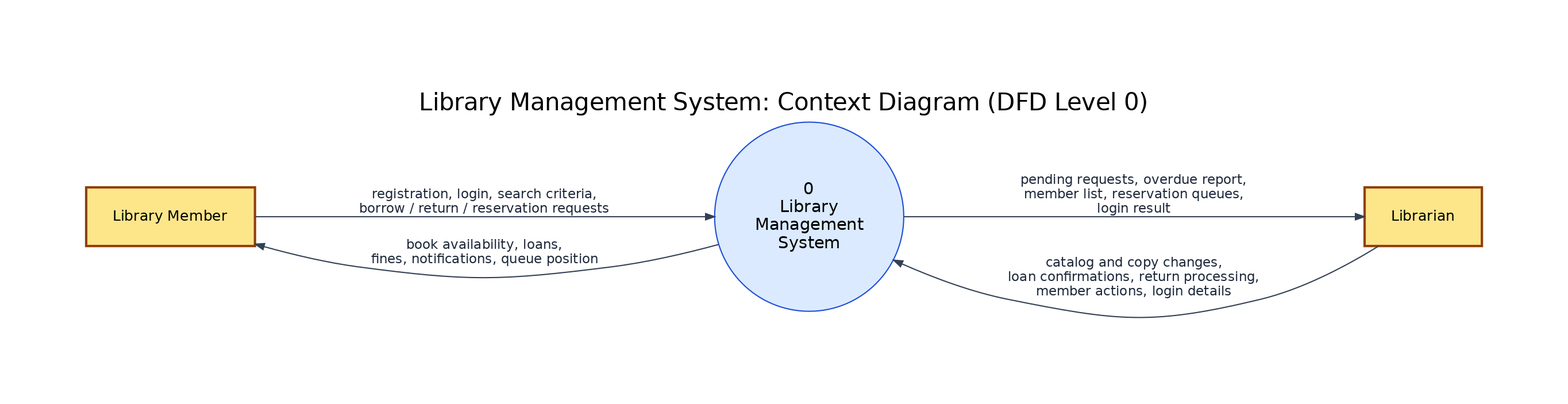
Before: diagrams/dfd0.png, a diagram exported from Graphviz (Hassan3443/library-management-system). Its source is kept beside it as diagrams/dfd0.dot.
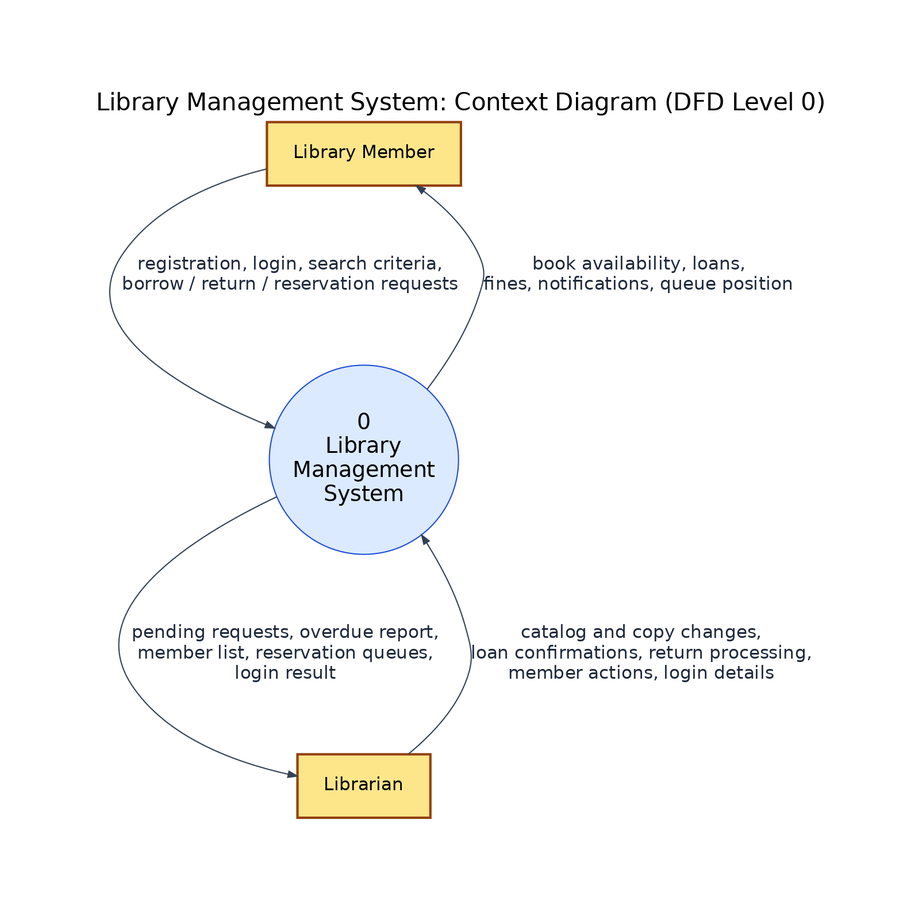
The same diagram one commit later.

Commit message:
Diagrams: re-layout DFD L0/L1 for readability and padding, tidy use case label

What changed in the source:
```diff
@@ -1,10 +1,10 @@
 digraph DFD0 {
-  graph [rankdir=LR, nodesep=1, ranksep=2.4, fontname="Helvetica", labelloc=t, fontsize=20, label="Library Management System: Context Diagram (DFD Level 0)\n", dpi=150, pad=0.7, margin=0.3, bgcolor=white];
-  node [fontname="Helvetica", fontsize=12];
-  edge [fontname="Helvetica", fontsize=11, color="#334155", fontcolor="#1e293b", arrowsize=0.75];
+  graph [rankdir=TB, nodesep=1.2, ranksep=1.6, fontname="Helvetica", labelloc=t, fontsize=20, label="Library Management System: Context Diagram (DFD Level 0)\n", dpi=150, pad=0.7, margin=0.3, bgcolor=white];
+  node [fontname="Helvetica", fontsize=15];
+  edge [fontname="Helvetica", fontsize=15, color="#334155", fontcolor="#1e293b", arrowsize=0.75];
   M [label="Library Member", shape=box, style="filled,bold", fillcolor="#fde68a", color="#92400e", margin="0.3,0.25"];
   L [label="Librarian", shape=box, style="filled,bold", fillcolor="#fde68a", color="#92400e", margin="0.3,0.25"];
-  S [label="0\nLibrary\nManagement\nSystem", shape=circle, style=filled, fillcolor="#dbeafe", color="#1d4ed8", width=2.2, fixedsize=true, fontsize=14];
+  S [label="0\nLibrary\nManagement\nSystem", shape=circle, style=filled, fillcolor="#dbeafe", color="#1d4ed8", width=2.2, fixedsize=true, fontsize=18];
   M -> S [label="registration, login, search criteria,\nborrow / return / reservation requests"];
   S -> M [label="book availability, loans,\nfines, notifications, queue position"];
   L -> S [label="catalog and copy changes,\nloan confirmations, return processing,\nmember actions, login details"];
```
